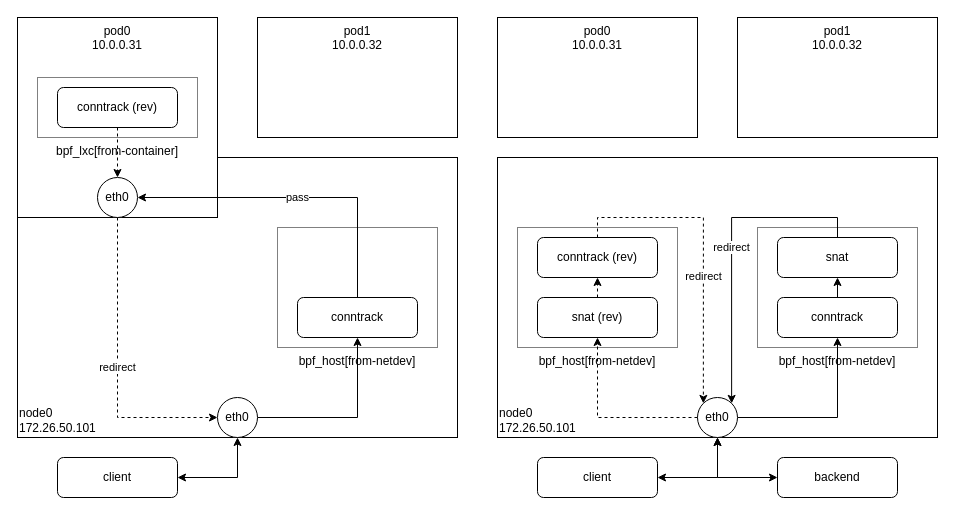
This is page "nodeport.redirect.ipvlan" (10 of 10) of k8s.cilium/cilium.drawio from haruband/codebook, a draw.io file, before an edit. Source tidied: cells renumbered, new cells numbered last; positions are measured from the earlier drawing's top-left corner, leaving out a move shared by most shapes. Both pictures are drawn from the tidied source at 100%, with x=0, y=0 at pixel (17, 17).
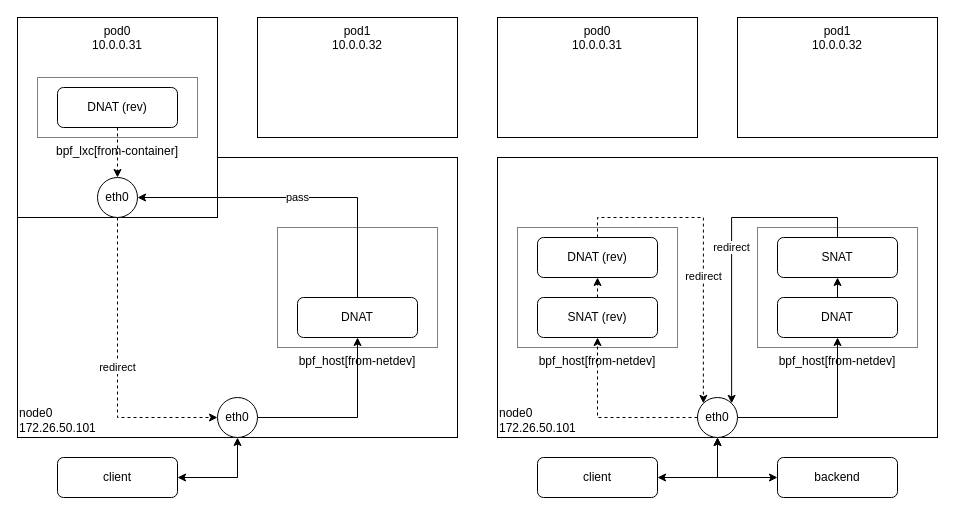
The same page after the edit.

What changed in the source:
```diff
@@
-    <mxCell id="5" value="conntrack" style="rounded=1;whiteSpace=wrap;html=1;align=center;" parent="1" vertex="1">
+    <mxCell id="5" value="DNAT" style="rounded=1;whiteSpace=wrap;html=1;align=center;" parent="1" vertex="1">
       <mxGeometry x="280" y="280" width="120" height="40" as="geometry" />
     </mxCell>
@@
-    <mxCell id="14" value="snat" style="rounded=1;whiteSpace=wrap;html=1;align=center;" parent="1" vertex="1">
+    <mxCell id="14" value="SNAT" style="rounded=1;whiteSpace=wrap;html=1;align=center;" parent="1" vertex="1">
       <mxGeometry x="760" y="220" width="120" height="40" as="geometry" />
     </mxCell>
@@
-    <mxCell id="16" value="conntrack" style="rounded=1;whiteSpace=wrap;html=1;align=center;" parent="1" vertex="1">
+    <mxCell id="16" value="DNAT" style="rounded=1;whiteSpace=wrap;html=1;align=center;" parent="1" vertex="1">
       <mxGeometry x="760" y="280" width="120" height="40" as="geometry" />
     </mxCell>
@@
-    <mxCell id="22" value="conntrack (rev)" style="rounded=1;whiteSpace=wrap;html=1;align=center;" parent="1" vertex="1">
+    <mxCell id="22" value="DNAT (rev)" style="rounded=1;whiteSpace=wrap;html=1;align=center;" parent="1" vertex="1">
       <mxGeometry x="520" y="220" width="120" height="40" as="geometry" />
     </mxCell>
@@
-    <mxCell id="24" value="snat (rev)" style="rounded=1;whiteSpace=wrap;html=1;align=center;" parent="1" vertex="1">
+    <mxCell id="24" value="SNAT (rev)" style="rounded=1;whiteSpace=wrap;html=1;align=center;" parent="1" vertex="1">
       <mxGeometry x="520" y="280" width="120" height="40" as="geometry" />
     </mxCell>
@@
-    <mxCell id="35" value="conntrack (rev)" style="rounded=1;whiteSpace=wrap;html=1;align=center;" parent="1" vertex="1">
+    <mxCell id="35" value="DNAT (rev)" style="rounded=1;whiteSpace=wrap;html=1;align=center;" parent="1" vertex="1">
       <mxGeometry x="40" y="70" width="120" height="40" as="geometry" />
     </mxCell>
```
